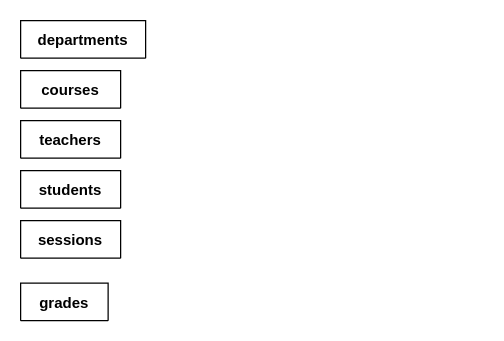
This is db_university.drawio from Moonatic89/db-university, a draw.io file, before an edit. Source tidied: cells renumbered, new cells numbered last; positions are measured from the earlier drawing's top-left corner, leaving out a move shared by most shapes. Both pictures are drawn from the tidied source at 125%, with x=0, y=0 at pixel (20, 20).
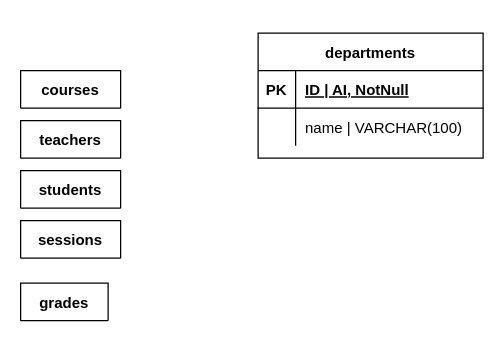
After the change.

Commit message:
TEST - Departments raw

The edit, as a diff of the source:
```diff
@@
 <mxGraphModel>
   <root>
     <mxCell id="0" />
     <mxCell id="1" parent="0" />
-    <mxCell id="2" value="departments" style="shape=table;startSize=30;childLayout=tableLayout;rowLines=0;fontStyle=1;align=center;" parent="1" vertex="1" collapsed="1">
-      <mxGeometry width="100" height="30" as="geometry" />
+    <mxCell id="2" value="departments" style="shape=table;startSize=30;childLayout=tableLayout;rowLines=0;fontStyle=1;align=center;" parent="1" vertex="1">
+      <mxGeometry x="190" y="10" width="180" height="100" as="geometry" />
     </mxCell>
+    <mxCell id="8" style="shape=partialRectangle;fillColor=none;top=0;left=0;bottom=1;right=0;" parent="2" vertex="1">
+      <mxGeometry y="30" width="180" height="30" as="geometry" />
+    </mxCell>
+    <mxCell id="9" value="PK" style="shape=partialRectangle;fillColor=none;top=0;left=0;bottom=0;right=0;fontStyle=1;overflow=hidden;" parent="8" vertex="1">
+      <mxGeometry width="30" height="30" as="geometry" />
+    </mxCell>
+    <mxCell id="10" value="ID | AI, NotNull" style="shape=partialRectangle;fillColor=none;top=0;left=0;bottom=0;right=0;align=left;spacingLeft=6;fontStyle=5;overflow=hidden;" parent="8" vertex="1">
+      <mxGeometry x="30" width="150" height="30" as="geometry" />
+    </mxCell>
+    <mxCell id="11" style="shape=partialRectangle;fillColor=none;top=0;left=0;bottom=0;right=0;" parent="2" vertex="1">
+      <mxGeometry y="60" width="180" height="30" as="geometry" />
+    </mxCell>
+    <mxCell id="12" style="shape=partialRectangle;fillColor=none;top=0;left=0;bottom=0;right=0;overflow=hidden;" parent="11" vertex="1">
+      <mxGeometry width="30" height="30" as="geometry" />
+    </mxCell>
+    <mxCell id="13" value="name | VARCHAR(100)" style="shape=partialRectangle;fillColor=none;top=0;left=0;bottom=0;right=0;align=left;spacingLeft=6;overflow=hidden;" parent="11" vertex="1">
+      <mxGeometry x="30" width="150" height="30" as="geometry" />
+    </mxCell>
     <mxCell id="3" value="courses" style="shape=table;startSize=30;childLayout=tableLayout;rowLines=0;fontStyle=1;align=center;" parent="1" vertex="1" collapsed="1">
       <mxGeometry y="40" width="80" height="30" as="geometry" />
     </mxCell>
     <mxCell id="4" value="teachers" style="shape=table;startSize=30;childLayout=tableLayout;rowLines=0;fontStyle=1;align=center;" parent="1" vertex="1" collapsed="1">
       <mxGeometry y="80" width="80" height="30" as="geometry" />
     </mxCell>
     <mxCell id="5" value="students" style="shape=table;startSize=30;childLayout=tableLayout;rowLines=0;fontStyle=1;align=center;" parent="1" vertex="1" collapsed="1">
       <mxGeometry y="120" width="80" height="30" as="geometry" />
     </mxCell>
     <mxCell id="6" value="sessions" style="shape=table;startSize=30;childLayout=tableLayout;rowLines=0;fontStyle=1;align=center;" parent="1" vertex="1" collapsed="1">
       <mxGeometry y="160" width="80" height="30" as="geometry" />
     </mxCell>
     <mxCell id="7" value="grades" style="shape=table;startSize=30;childLayout=tableLayout;rowLines=0;fontStyle=1;align=center;" parent="1" vertex="1" collapsed="1">
       <mxGeometry y="210" width="70" height="30" as="geometry" />
     </mxCell>
   </root>
 </mxGraphModel>
```
